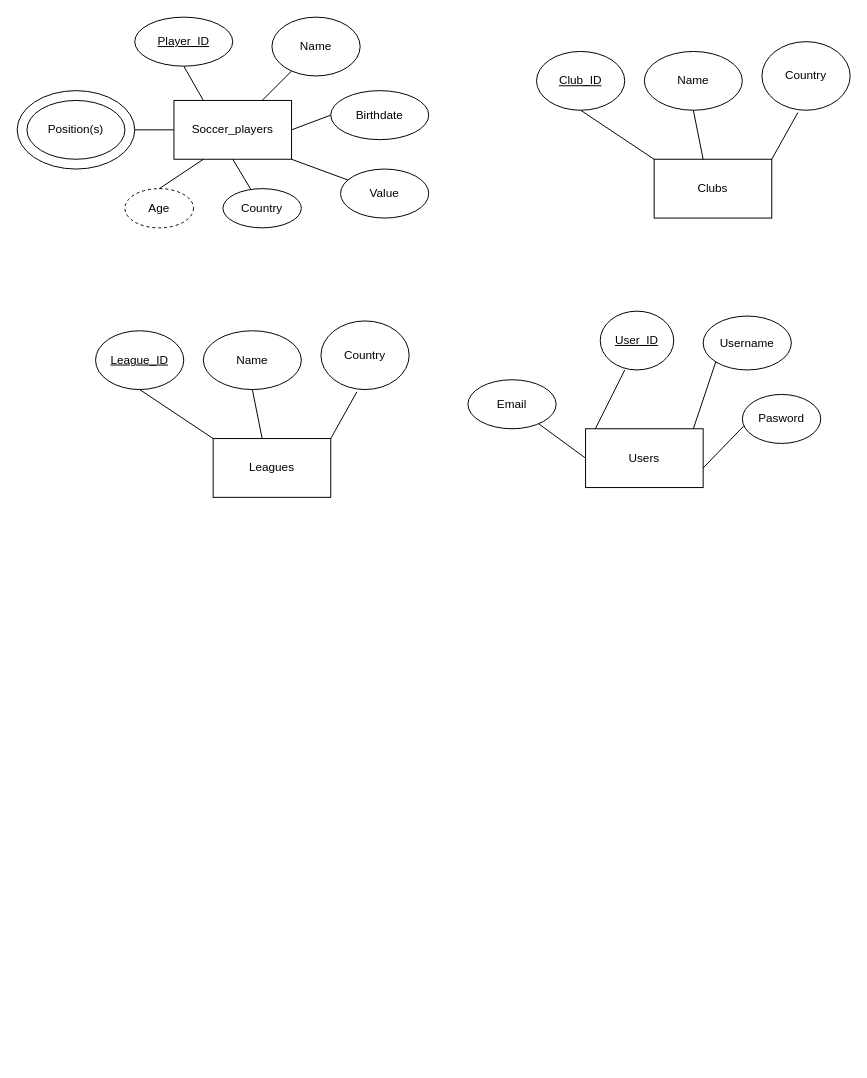
This is Market Racoon.drawio from EmilianoValenciaGuzman/Market-Racoon, a draw.io file, before an edit. Source tidied: cells renumbered, new cells numbered last; positions are measured from the earlier drawing's top-left corner, leaving out a move shared by most shapes. Both pictures are drawn from the tidied source at 98%, with x=0, y=0 at pixel (17, 17).
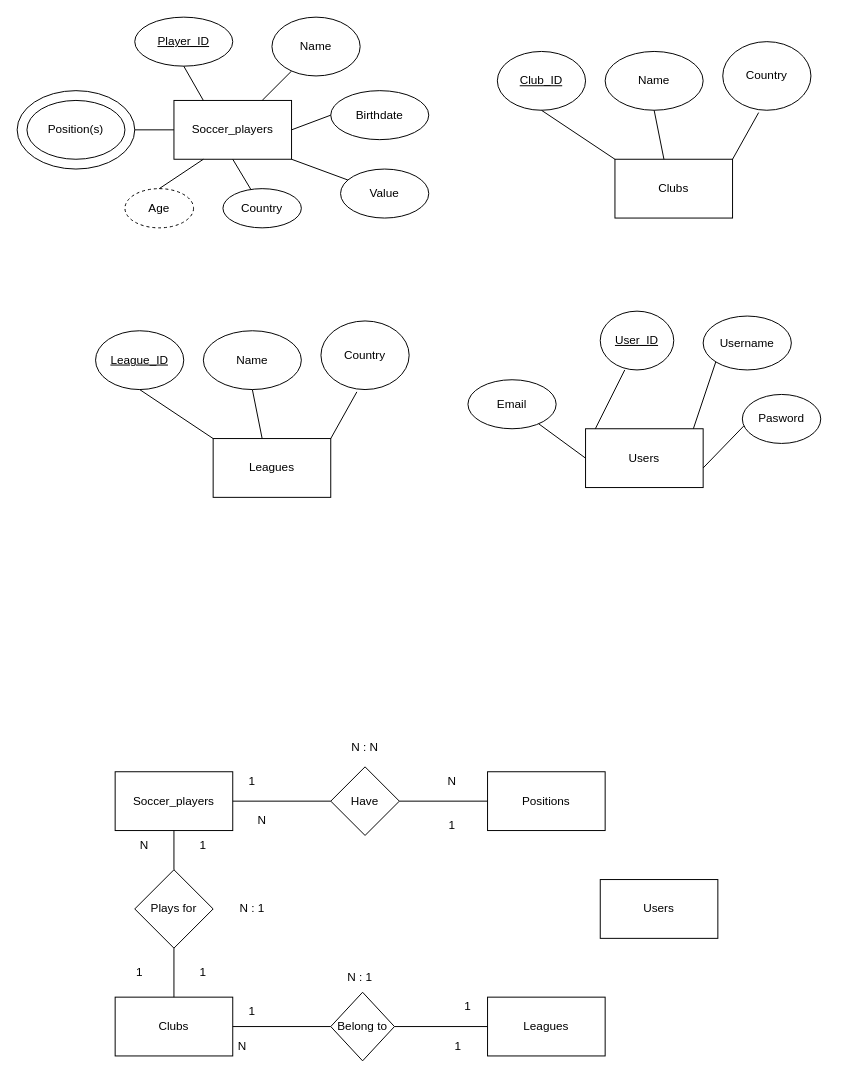
Above is the later version.

The edit, as a diff of the source:
```diff
@@
     <mxCell id="4" value="Clubs" style="rounded=0;whiteSpace=wrap;html=1;" parent="1" vertex="1">
-      <mxGeometry x="650" y="145" width="120" height="60" as="geometry" />
+      <mxGeometry x="610" y="145" width="120" height="60" as="geometry" />
     </mxCell>
@@
     <mxCell id="20" value="&lt;u&gt;Club_ID&lt;/u&gt;" style="ellipse;whiteSpace=wrap;html=1;" parent="1" vertex="1">
-      <mxGeometry x="530" y="35" width="90" height="60" as="geometry" />
+      <mxGeometry x="490" y="35" width="90" height="60" as="geometry" />
     </mxCell>
     <mxCell id="21" value="Name" style="ellipse;whiteSpace=wrap;html=1;" parent="1" vertex="1">
-      <mxGeometry x="640" y="35" width="100" height="60" as="geometry" />
+      <mxGeometry x="600" y="35" width="100" height="60" as="geometry" />
     </mxCell>
     <mxCell id="22" value="Country" style="ellipse;whiteSpace=wrap;html=1;" parent="1" vertex="1">
-      <mxGeometry x="760" y="25" width="90" height="70" as="geometry" />
+      <mxGeometry x="720" y="25" width="90" height="70" as="geometry" />
     </mxCell>
@@
     <mxCell id="24" style="endArrow=none;html=1;rounded=0;entryX=0.5;entryY=1;entryDx=0;entryDy=0;" parent="1" edge="1" target="21">
       <mxGeometry relative="1" as="geometry">
-        <mxPoint x="700" y="145" as="sourcePoint" />
+        <mxPoint x="660" y="145" as="sourcePoint" />
       </mxGeometry>
     </mxCell>
     <mxCell id="25" style="endArrow=none;html=1;rounded=0;entryX=0.407;entryY=1.034;entryDx=0;entryDy=0;entryPerimeter=0;" parent="1" edge="1" target="22">
       <mxGeometry relative="1" as="geometry">
-        <mxPoint x="770" y="145" as="sourcePoint" />
+        <mxPoint x="730" y="145" as="sourcePoint" />
       </mxGeometry>
     </mxCell>
@@
+    <mxCell id="41" value="Soccer_players" style="rounded=0;whiteSpace=wrap;html=1;" parent="1" vertex="1">
+      <mxGeometry x="100" y="770" width="120" height="60" as="geometry" />
+    </mxCell>
+    <mxCell id="42" value="Clubs" style="rounded=0;whiteSpace=wrap;html=1;" parent="1" vertex="1">
+      <mxGeometry x="100" y="1000" width="120" height="60" as="geometry" />
+    </mxCell>
+    <mxCell id="43" value="Plays for" style="rhombus;whiteSpace=wrap;html=1;" parent="1" vertex="1">
+      <mxGeometry x="120" y="870" width="80" height="80" as="geometry" />
+    </mxCell>
+    <mxCell id="44" style="endArrow=none;html=1;rounded=0;entryX=0.5;entryY=1;entryDx=0;entryDy=0;" parent="1" edge="1" target="41">
+      <mxGeometry relative="1" as="geometry">
+        <mxPoint x="160" y="870" as="sourcePoint" />
+      </mxGeometry>
+    </mxCell>
+    <mxCell id="45" style="endArrow=none;html=1;rounded=0;exitX=0.5;exitY=0;exitDx=0;exitDy=0;" parent="1" edge="1" source="42">
+      <mxGeometry relative="1" as="geometry">
+        <mxPoint x="160" y="950" as="targetPoint" />
+      </mxGeometry>
+    </mxCell>
+    <mxCell id="46" value="1" style="text;html=1;strokeColor=none;fillColor=none;align=center;verticalAlign=middle;whiteSpace=wrap;rounded=0;" parent="1" vertex="1">
+      <mxGeometry x="160" y="830" width="60" height="30" as="geometry" />
+    </mxCell>
+    <mxCell id="47" value="1" style="text;html=1;strokeColor=none;fillColor=none;align=center;verticalAlign=middle;whiteSpace=wrap;rounded=0;" parent="1" vertex="1">
+      <mxGeometry x="160" y="960" width="60" height="30" as="geometry" />
+    </mxCell>
+    <mxCell id="48" value="N" style="text;html=1;strokeColor=none;fillColor=none;align=center;verticalAlign=middle;whiteSpace=wrap;rounded=0;" parent="1" vertex="1">
+      <mxGeometry x="100" y="830" width="60" height="30" as="geometry" />
+    </mxCell>
+    <mxCell id="49" value="1" style="text;html=1;strokeColor=none;fillColor=none;align=center;verticalAlign=middle;whiteSpace=wrap;rounded=0;" parent="1" vertex="1">
+      <mxGeometry x="95" y="960" width="60" height="30" as="geometry" />
+    </mxCell>
+    <mxCell id="50" value="N : 1" style="text;html=1;strokeColor=none;fillColor=none;align=center;verticalAlign=middle;whiteSpace=wrap;rounded=0;" parent="1" vertex="1">
+      <mxGeometry x="210" y="895" width="60" height="30" as="geometry" />
+    </mxCell>
+    <mxCell id="51" value="Positions" style="rounded=0;whiteSpace=wrap;html=1;" parent="1" vertex="1">
+      <mxGeometry x="480" y="770" width="120" height="60" as="geometry" />
+    </mxCell>
+    <mxCell id="52" value="Have" style="rhombus;whiteSpace=wrap;html=1;" parent="1" vertex="1">
+      <mxGeometry x="320" y="765" width="70" height="70" as="geometry" />
+    </mxCell>
+    <mxCell id="53" style="endArrow=none;html=1;rounded=0;entryX=0;entryY=0.5;entryDx=0;entryDy=0;" parent="1" edge="1" target="52">
+      <mxGeometry relative="1" as="geometry">
+        <mxPoint x="220" y="800" as="sourcePoint" />
+      </mxGeometry>
+    </mxCell>
+    <mxCell id="54" style="endArrow=none;html=1;rounded=0;entryX=0;entryY=0.5;entryDx=0;entryDy=0;exitX=1;exitY=0.5;exitDx=0;exitDy=0;" parent="1" edge="1" source="52" target="51">
+      <mxGeometry relative="1" as="geometry" />
+    </mxCell>
+    <mxCell id="55" value="1" style="text;html=1;strokeColor=none;fillColor=none;align=center;verticalAlign=middle;whiteSpace=wrap;rounded=0;" parent="1" vertex="1">
+      <mxGeometry x="210" y="765" width="60" height="30" as="geometry" />
+    </mxCell>
+    <mxCell id="56" value="N" style="text;html=1;strokeColor=none;fillColor=none;align=center;verticalAlign=middle;whiteSpace=wrap;rounded=0;" parent="1" vertex="1">
+      <mxGeometry x="414" y="765" width="60" height="30" as="geometry" />
+    </mxCell>
+    <mxCell id="57" value="N" style="text;html=1;strokeColor=none;fillColor=none;align=center;verticalAlign=middle;whiteSpace=wrap;rounded=0;" parent="1" vertex="1">
+      <mxGeometry x="220" y="805" width="60" height="30" as="geometry" />
+    </mxCell>
+    <mxCell id="58" value="1" style="text;html=1;strokeColor=none;fillColor=none;align=center;verticalAlign=middle;whiteSpace=wrap;rounded=0;" parent="1" vertex="1">
+      <mxGeometry x="414" y="810" width="60" height="30" as="geometry" />
+    </mxCell>
+    <mxCell id="59" value="N : N" style="text;html=1;strokeColor=none;fillColor=none;align=center;verticalAlign=middle;whiteSpace=wrap;rounded=0;" parent="1" vertex="1">
+      <mxGeometry x="325" y="730" width="60" height="30" as="geometry" />
+    </mxCell>
+    <mxCell id="60" value="Leagues" style="rounded=0;whiteSpace=wrap;html=1;" parent="1" vertex="1">
+      <mxGeometry x="480" y="1000" width="120" height="60" as="geometry" />
+    </mxCell>
+    <mxCell id="61" value="Belong to" style="rhombus;whiteSpace=wrap;html=1;" parent="1" vertex="1">
+      <mxGeometry x="320" y="995" width="65" height="70" as="geometry" />
+    </mxCell>
+    <mxCell id="62" value="1" style="text;html=1;strokeColor=none;fillColor=none;align=center;verticalAlign=middle;whiteSpace=wrap;rounded=0;" parent="1" vertex="1">
+      <mxGeometry x="210" y="1000" width="60" height="30" as="geometry" />
+    </mxCell>
+    <mxCell id="63" value="1" style="text;html=1;strokeColor=none;fillColor=none;align=center;verticalAlign=middle;whiteSpace=wrap;rounded=0;" parent="1" vertex="1">
+      <mxGeometry x="430" y="995" width="60" height="30" as="geometry" />
+    </mxCell>
+    <mxCell id="64" style="endArrow=none;html=1;rounded=0;entryX=0;entryY=0.5;entryDx=0;entryDy=0;exitX=1;exitY=0.5;exitDx=0;exitDy=0;" parent="1" edge="1" source="42" target="61">
+      <mxGeometry relative="1" as="geometry" />
+    </mxCell>
+    <mxCell id="65" style="endArrow=none;html=1;rounded=0;entryX=0;entryY=0.5;entryDx=0;entryDy=0;exitX=1;exitY=0.5;exitDx=0;exitDy=0;" parent="1" edge="1" source="61" target="60">
+      <mxGeometry relative="1" as="geometry" />
+    </mxCell>
+    <mxCell id="66" value="1" style="text;html=1;strokeColor=none;fillColor=none;align=center;verticalAlign=middle;whiteSpace=wrap;rounded=0;" parent="1" vertex="1">
+      <mxGeometry x="420" y="1035" width="60" height="30" as="geometry" />
+    </mxCell>
+    <mxCell id="67" value="N" style="text;html=1;strokeColor=none;fillColor=none;align=center;verticalAlign=middle;whiteSpace=wrap;rounded=0;" parent="1" vertex="1">
+      <mxGeometry x="200" y="1035" width="60" height="30" as="geometry" />
+    </mxCell>
+    <mxCell id="68" value="N : 1" style="text;html=1;strokeColor=none;fillColor=none;align=center;verticalAlign=middle;whiteSpace=wrap;rounded=0;" parent="1" vertex="1">
+      <mxGeometry x="320" y="965" width="60" height="30" as="geometry" />
+    </mxCell>
+    <mxCell id="69" value="Users" style="rounded=0;whiteSpace=wrap;html=1;" parent="1" vertex="1">
+      <mxGeometry x="595" y="880" width="120" height="60" as="geometry" />
+    </mxCell>
```
